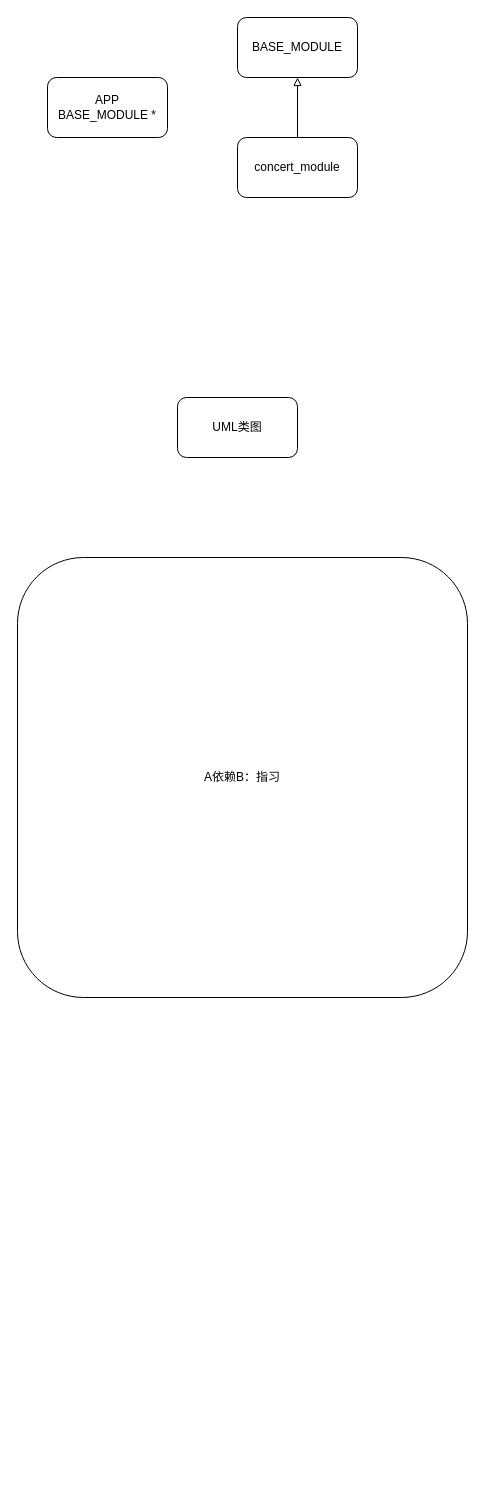
Before: 设计模式.drawio in junpfeng/UE, a draw.io diagram. Source tidied: cells renumbered, new cells numbered last; positions are measured from the earlier drawing's top-left corner, leaving out a move shared by most shapes. Both pictures are drawn from the tidied source at 100%, with x=0, y=0 at pixel (17, 17).
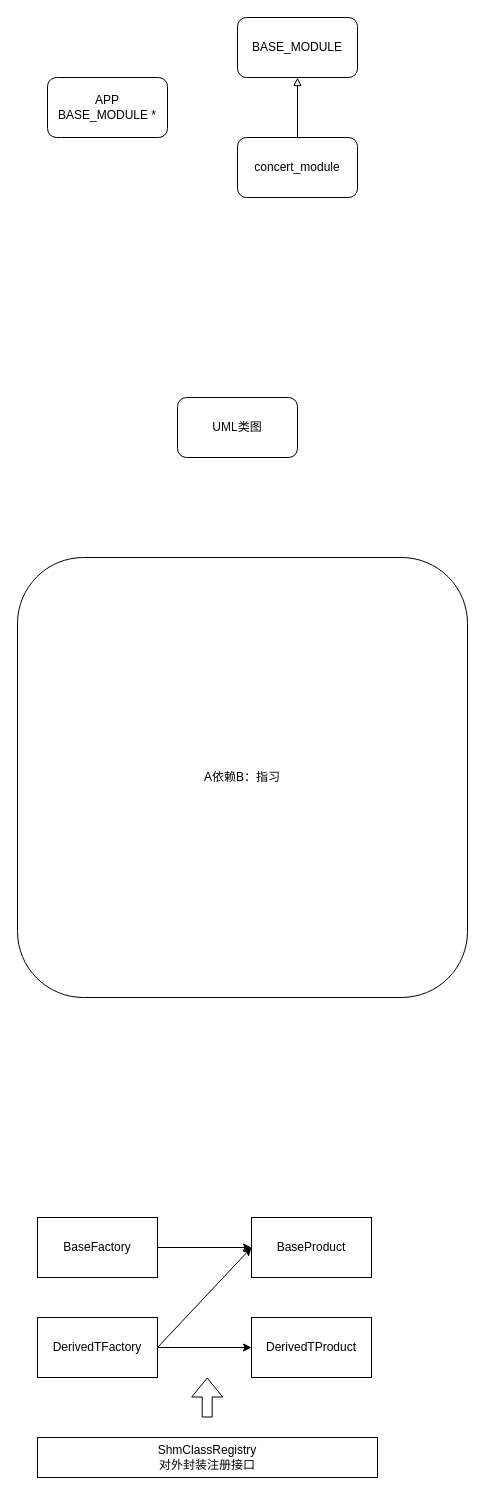
Above is the later version.

Commit message:
更新设计模式.drawio

What changed in the source:
```diff
@@
 <mxGraphModel>
   <root>
     <mxCell id="0" />
     <mxCell id="1" parent="0" />
     <mxCell id="2" value="UML类图" style="rounded=1;whiteSpace=wrap;html=1;" parent="1" vertex="1">
       <mxGeometry x="160" y="380" width="120" height="60" as="geometry" />
     </mxCell>
     <mxCell id="3" value="A依赖B：指习" style="rounded=1;whiteSpace=wrap;html=1;" parent="1" vertex="1">
       <mxGeometry y="540" width="450" height="440" as="geometry" />
     </mxCell>
     <mxCell id="4" value="APP&lt;div&gt;BASE_MODULE *&lt;/div&gt;" style="rounded=1;whiteSpace=wrap;html=1;" parent="1" vertex="1">
       <mxGeometry x="30" y="60" width="120" height="60" as="geometry" />
     </mxCell>
     <mxCell id="5" value="BASE_MODULE" style="rounded=1;whiteSpace=wrap;html=1;" parent="1" vertex="1">
       <mxGeometry x="220" width="120" height="60" as="geometry" />
     </mxCell>
     <mxCell id="6" value="concert_module" style="rounded=1;whiteSpace=wrap;html=1;" parent="1" vertex="1">
       <mxGeometry x="220" y="120" width="120" height="60" as="geometry" />
     </mxCell>
     <mxCell id="7" style="endArrow=block;html=1;rounded=0;entryX=0.5;entryY=1;entryDx=0;entryDy=0;exitX=0.5;exitY=0;exitDx=0;exitDy=0;endFill=0;" parent="1" edge="1" source="6" target="5">
       <mxGeometry relative="1" as="geometry" />
     </mxCell>
+    <mxCell id="8" style="edgeStyle=orthogonalEdgeStyle;rounded=0;jettySize=auto;html=1;" parent="1" edge="1" source="9" target="12">
+      <mxGeometry relative="1" as="geometry" />
+    </mxCell>
+    <mxCell id="9" value="BaseFactory" style="rounded=0;whiteSpace=wrap;html=1;" parent="1" vertex="1">
+      <mxGeometry x="20" y="1200" width="120" height="60" as="geometry" />
+    </mxCell>
+    <mxCell id="10" value="DerivedTFactory" style="rounded=0;whiteSpace=wrap;html=1;" parent="1" vertex="1">
+      <mxGeometry x="20" y="1300" width="120" height="60" as="geometry" />
+    </mxCell>
+    <mxCell id="11" value="DerivedTProduct" style="rounded=0;whiteSpace=wrap;html=1;" parent="1" vertex="1">
+      <mxGeometry x="234" y="1300" width="120" height="60" as="geometry" />
+    </mxCell>
+    <mxCell id="12" value="BaseProduct" style="rounded=0;whiteSpace=wrap;html=1;" parent="1" vertex="1">
+      <mxGeometry x="234" y="1200" width="120" height="60" as="geometry" />
+    </mxCell>
+    <mxCell id="13" value="ShmClassRegistry&lt;div&gt;对外封装注册接口&lt;/div&gt;" style="rounded=0;whiteSpace=wrap;html=1;" parent="1" vertex="1">
+      <mxGeometry x="20" y="1420" width="340" height="40" as="geometry" />
+    </mxCell>
+    <mxCell id="14" style="endArrow=classic;html=1;rounded=0;entryX=0;entryY=0.5;entryDx=0;entryDy=0;exitX=1;exitY=0.5;exitDx=0;exitDy=0;" parent="1" edge="1" source="10" target="11">
+      <mxGeometry relative="1" as="geometry" />
+    </mxCell>
+    <mxCell id="15" style="endArrow=classic;html=1;rounded=0;entryX=0;entryY=0.5;entryDx=0;entryDy=0;exitX=1;exitY=0.5;exitDx=0;exitDy=0;" parent="1" edge="1" source="10" target="12">
+      <mxGeometry relative="1" as="geometry" />
+    </mxCell>
+    <mxCell id="16" style="shape=flexArrow;endArrow=classic;html=1;rounded=0;" parent="1" edge="1">
+      <mxGeometry relative="1" as="geometry">
+        <mxPoint x="189.7" y="1400" as="sourcePoint" />
+        <mxPoint x="189.7" y="1360" as="targetPoint" />
+      </mxGeometry>
+    </mxCell>
   </root>
 </mxGraphModel>
```
